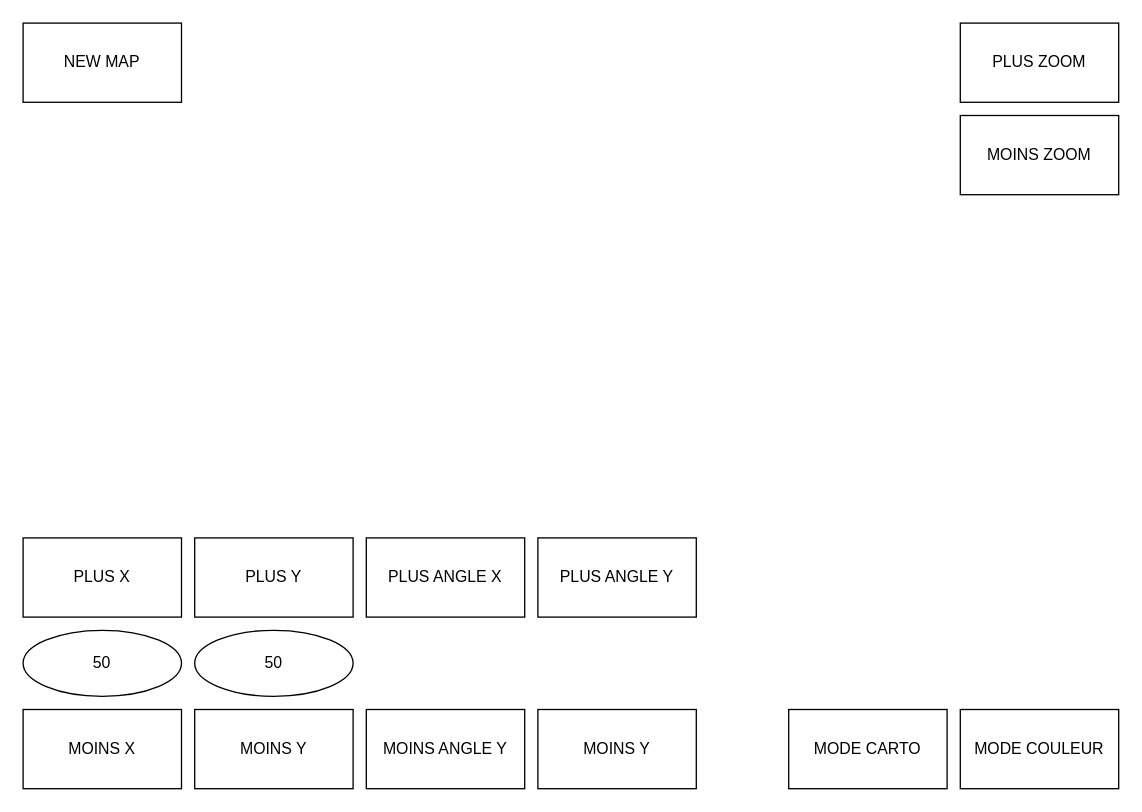
The draw.io diagram buttons_disposition.drawio in pierre1754/My_World, before the edit. Source tidied: cells renumbered, new cells numbered last; positions are measured from the earlier drawing's top-left corner, leaving out a move shared by most shapes. Both pictures are drawn from the tidied source at 132%, with x=0, y=0 at pixel (22, 22).
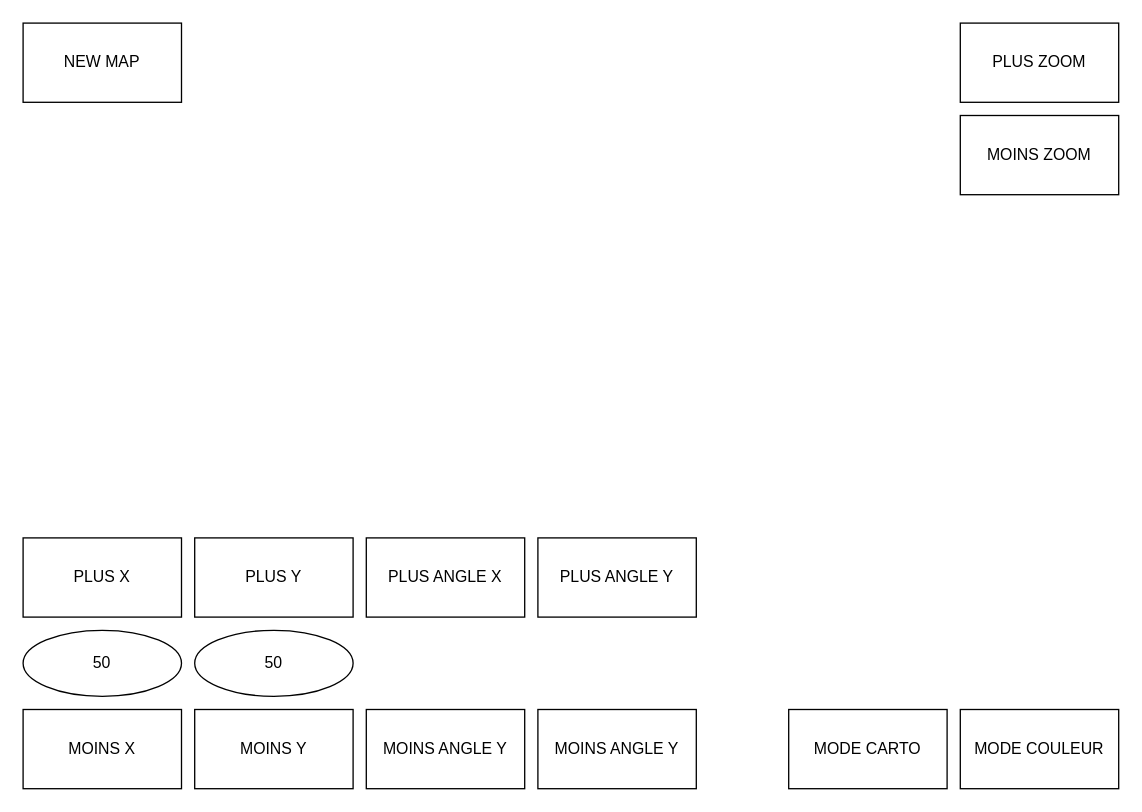
The same diagram, later.

Diff of the diagram source:
```diff
@@
 <mxGraphModel>
   <root>
     <mxCell id="0" />
     <mxCell id="1" parent="0" />
     <mxCell id="2" value="PLUS X" style="rounded=0;whiteSpace=wrap;html=1;" parent="1" vertex="1">
       <mxGeometry y="390" width="120" height="60" as="geometry" />
     </mxCell>
     <mxCell id="3" value="MOINS X" style="rounded=0;whiteSpace=wrap;html=1;" parent="1" vertex="1">
       <mxGeometry y="520" width="120" height="60" as="geometry" />
     </mxCell>
     <mxCell id="4" value="PLUS Y" style="rounded=0;whiteSpace=wrap;html=1;" parent="1" vertex="1">
       <mxGeometry x="130" y="390" width="120" height="60" as="geometry" />
     </mxCell>
     <mxCell id="5" value="MOINS Y" style="rounded=0;whiteSpace=wrap;html=1;" parent="1" vertex="1">
       <mxGeometry x="130" y="520" width="120" height="60" as="geometry" />
     </mxCell>
     <mxCell id="6" value="PLUS ZOOM" style="rounded=0;whiteSpace=wrap;html=1;" parent="1" vertex="1">
       <mxGeometry x="710" width="120" height="60" as="geometry" />
     </mxCell>
     <mxCell id="7" value="MOINS ZOOM" style="rounded=0;whiteSpace=wrap;html=1;" parent="1" vertex="1">
       <mxGeometry x="710" y="70" width="120" height="60" as="geometry" />
     </mxCell>
     <mxCell id="8" value="NEW MAP" style="rounded=0;whiteSpace=wrap;html=1;" parent="1" vertex="1">
       <mxGeometry width="120" height="60" as="geometry" />
     </mxCell>
     <mxCell id="9" value="50" style="ellipse;whiteSpace=wrap;html=1;" parent="1" vertex="1">
       <mxGeometry y="460" width="120" height="50" as="geometry" />
     </mxCell>
     <mxCell id="10" value="50" style="ellipse;whiteSpace=wrap;html=1;" parent="1" vertex="1">
       <mxGeometry x="130" y="460" width="120" height="50" as="geometry" />
     </mxCell>
     <mxCell id="11" value="MODE COULEUR" style="rounded=0;whiteSpace=wrap;html=1;" parent="1" vertex="1">
       <mxGeometry x="710" y="520" width="120" height="60" as="geometry" />
     </mxCell>
     <mxCell id="12" value="MODE CARTO" style="rounded=0;whiteSpace=wrap;html=1;" parent="1" vertex="1">
       <mxGeometry x="580" y="520" width="120" height="60" as="geometry" />
     </mxCell>
     <mxCell id="13" value="PLUS ANGLE X" style="rounded=0;whiteSpace=wrap;html=1;" parent="1" vertex="1">
       <mxGeometry x="260" y="390" width="120" height="60" as="geometry" />
     </mxCell>
     <mxCell id="14" value="MOINS ANGLE Y" style="rounded=0;whiteSpace=wrap;html=1;" parent="1" vertex="1">
       <mxGeometry x="260" y="520" width="120" height="60" as="geometry" />
     </mxCell>
     <mxCell id="15" value="PLUS ANGLE Y" style="rounded=0;whiteSpace=wrap;html=1;" parent="1" vertex="1">
       <mxGeometry x="390" y="390" width="120" height="60" as="geometry" />
     </mxCell>
-    <mxCell id="16" value="MOINS Y" style="rounded=0;whiteSpace=wrap;html=1;" parent="1" vertex="1">
+    <mxCell id="16" value="MOINS ANGLE Y" style="rounded=0;whiteSpace=wrap;html=1;" parent="1" vertex="1">
       <mxGeometry x="390" y="520" width="120" height="60" as="geometry" />
     </mxCell>
   </root>
 </mxGraphModel>
```
